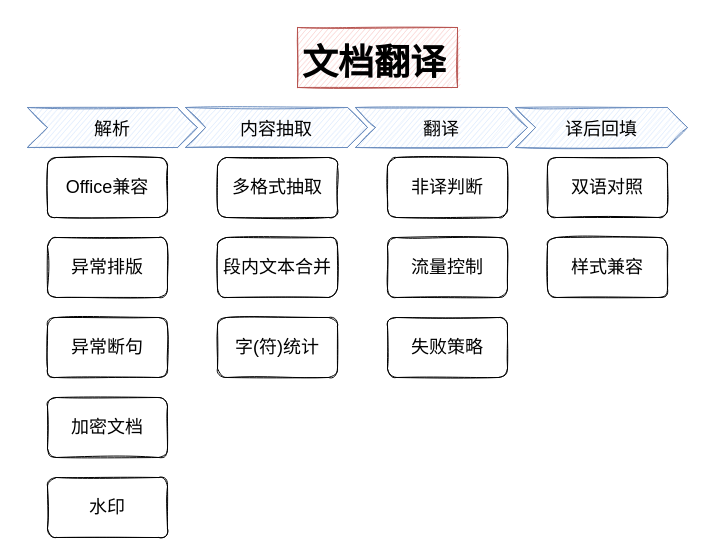
This is page "总体" (3 of 4) of 未命名绘图.drawio from hgdhot/draw, a draw.io file, before an edit. Source tidied: cells renumbered, new cells numbered last; positions are measured from the earlier drawing's top-left corner, leaving out a move shared by most shapes. Both pictures are drawn from the tidied source at 100%, with x=0, y=0 at pixel (17, 27).
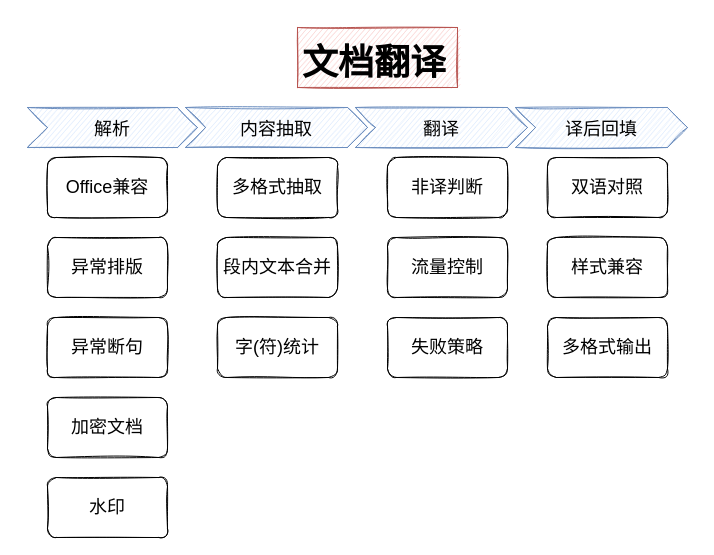
The same page after the edit.

Commit message:
Update 未命名绘图.drawio

Change to the diagram source:
```diff
@@
+    <mxCell id="21" value="多格式输出" style="rounded=1;whiteSpace=wrap;html=1;shadow=0;labelBackgroundColor=none;labelBorderColor=none;sketch=1;fontSize=18;fontColor=#000000;fillColor=default;" parent="1" vertex="1">
+      <mxGeometry x="530" y="290" width="120" height="60" as="geometry" />
+    </mxCell>
```
